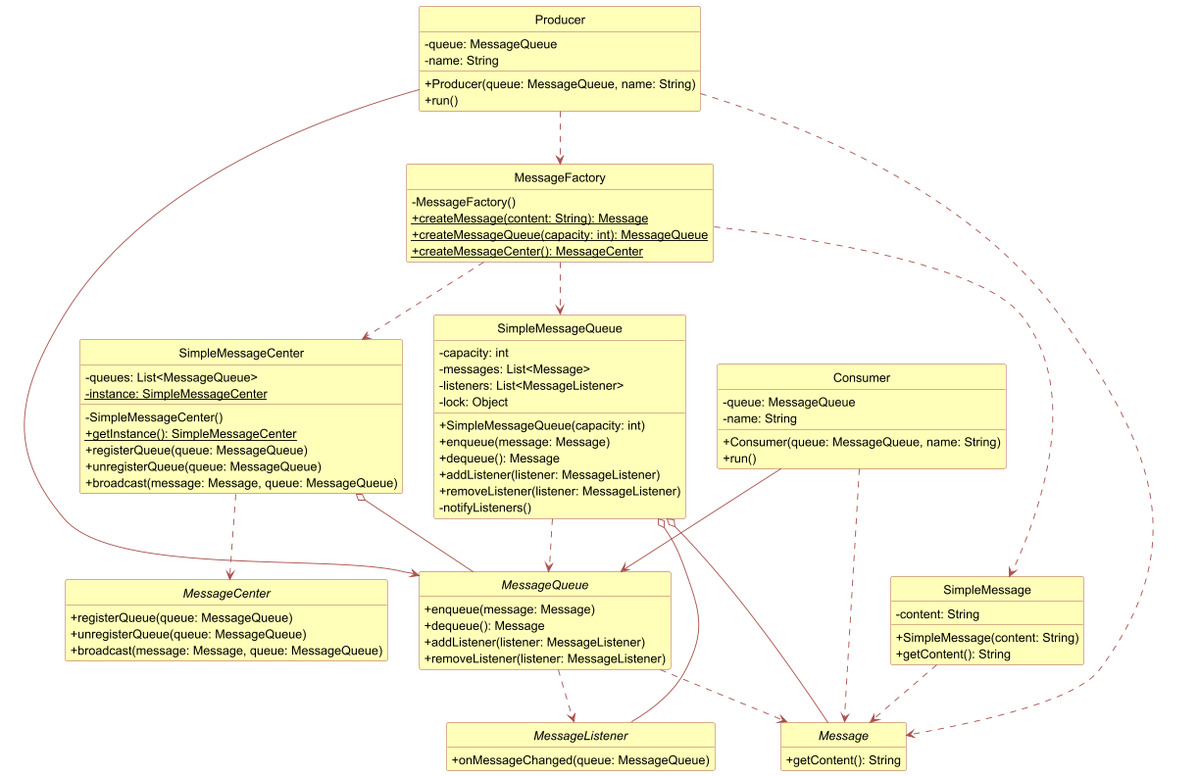
Earlier version of the PlantUML export 实验/实验一/code/simpleMOM2/target/classes/class_uml.png (WiserZhou/SoftwareArchitecture).
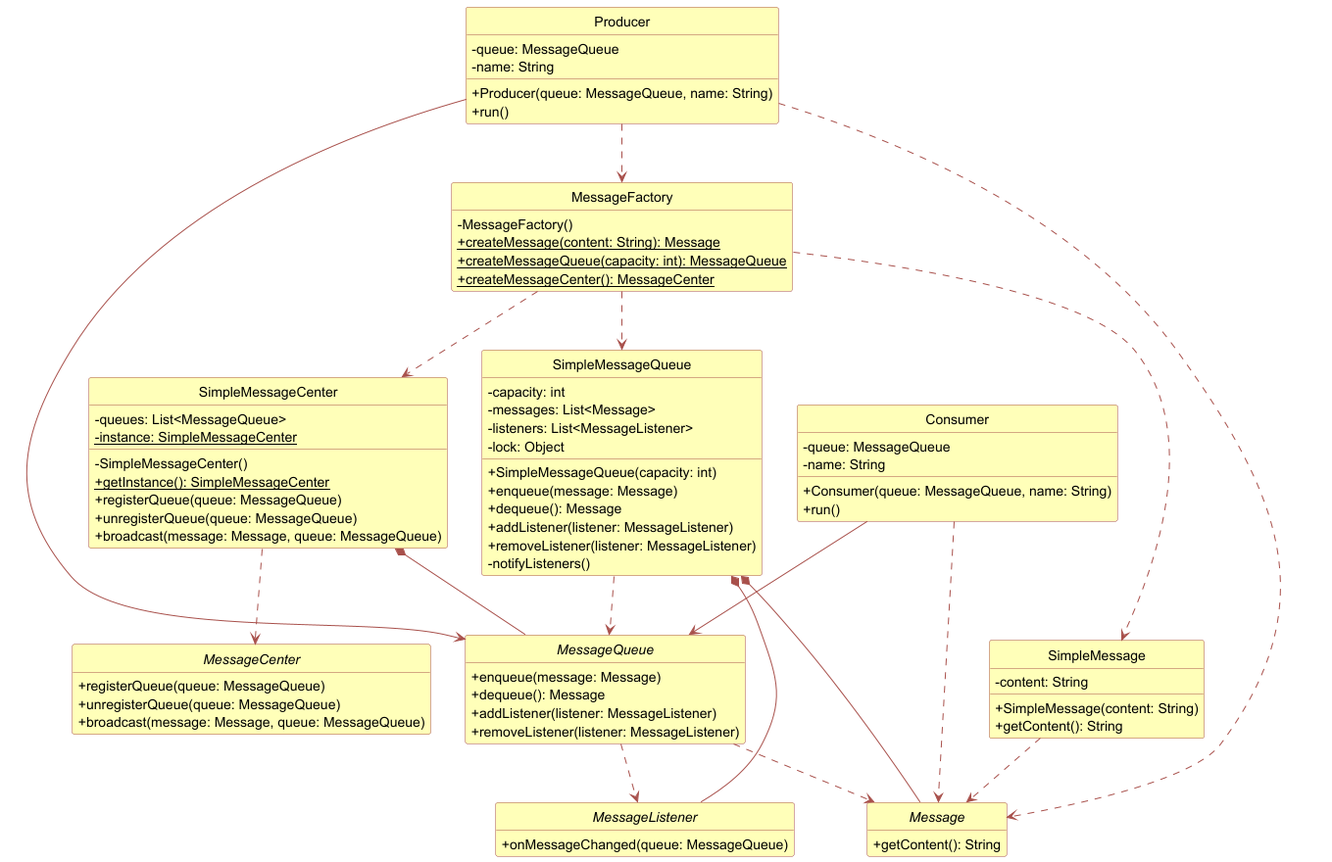
The same diagram one commit later.

The edit, as a diff of the source:
```diff
@@ -92,8 +92,8 @@
 SimpleMessageQueue ..> MessageQueue
 SimpleMessageCenter ..> MessageCenter
 
-SimpleMessageQueue o-- Message
-SimpleMessageQueue o-- MessageListener
+SimpleMessageQueue *-- Message
+SimpleMessageQueue *-- MessageListener
 
 Producer --> MessageQueue
 Producer ..> MessageFactory
@@ -105,7 +105,7 @@
 MessageFactory ..> SimpleMessageQueue
 MessageFactory ..> SimpleMessageCenter
 
-SimpleMessageCenter o-- MessageQueue
+SimpleMessageCenter *-- MessageQueue
 
 MessageQueue ..> MessageListener
 MessageQueue ..> Message
```
